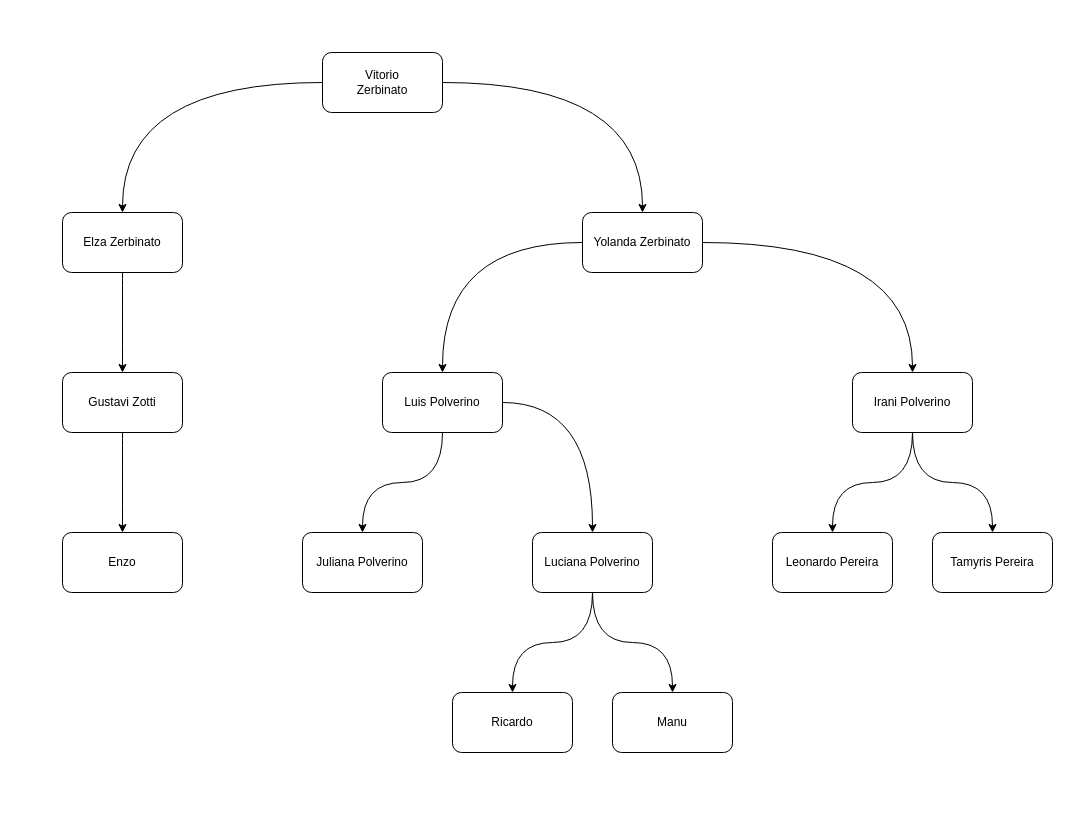
Above: familia.drawio in leo-odilon/draw.io (draw.io), before the change. Source tidied: cells renumbered, new cells numbered last; positions are measured from the earlier drawing's top-left corner, leaving out a move shared by most shapes. Both pictures are drawn from the tidied source at 100%, with x=0, y=0 at pixel (62, 52).
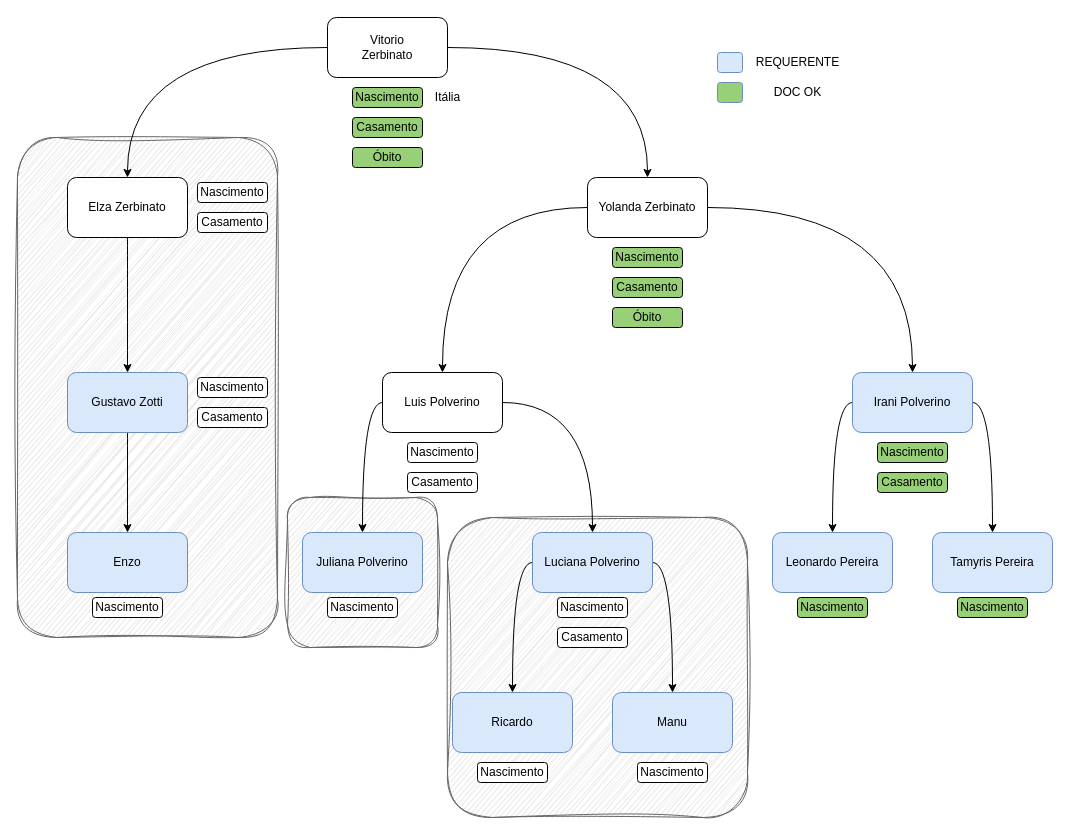
The same diagram, later.

The change refers to these unchanged cells:
```xml
<mxCell id="15" value="Luis Polverino" style="whiteSpace=wrap;html=1;rounded=1;strokeColor=default;align=center;verticalAlign=middle;fontFamily=Helvetica;fontSize=12;fontColor=default;fillColor=default;" parent="1" vertex="1">
  <mxGeometry x="320" y="320" width="120" height="60" as="geometry" />
</mxCell>
```

The edit, as a diff of the source:
```diff
@@
+    <mxCell id="27" style="rounded=1;whiteSpace=wrap;html=1;sketch=1;curveFitting=1;jiggle=2;fillColor=#DBDBDB;fontColor=#333333;strokeColor=#666666;" parent="1" vertex="1">
+      <mxGeometry x="385" y="465" width="300" height="300" as="geometry" />
+    </mxCell>
+    <mxCell id="28" style="rounded=1;whiteSpace=wrap;html=1;sketch=1;curveFitting=1;jiggle=2;fillColor=#DBDBDB;fontColor=#333333;strokeColor=#666666;" parent="1" vertex="1">
+      <mxGeometry x="225" y="445" width="150" height="150" as="geometry" />
+    </mxCell>
+    <mxCell id="29" style="rounded=1;whiteSpace=wrap;html=1;sketch=1;curveFitting=1;jiggle=2;fillColor=#DBDBDB;fontColor=#333333;strokeColor=#666666;" parent="1" vertex="1">
+      <mxGeometry x="-45" y="85" width="260" height="500" as="geometry" />
+    </mxCell>
@@
     <mxCell id="4" value="Vitorio&lt;br&gt;Zerbinato" style="rounded=1;whiteSpace=wrap;html=1;" parent="1" vertex="1">
-      <mxGeometry x="260" width="120" height="60" as="geometry" />
+      <mxGeometry x="265" y="-35" width="120" height="60" as="geometry" />
     </mxCell>
@@
     <mxCell id="7" value="Yolanda Zerbinato" style="whiteSpace=wrap;html=1;rounded=1;strokeColor=default;align=center;verticalAlign=middle;fontFamily=Helvetica;fontSize=12;fontColor=default;fillColor=default;" parent="1" vertex="1">
-      <mxGeometry x="520" y="160" width="120" height="60" as="geometry" />
+      <mxGeometry x="525" y="125" width="120" height="60" as="geometry" />
     </mxCell>
@@
     <mxCell id="9" value="Elza Zerbinato" style="whiteSpace=wrap;html=1;rounded=1;" parent="1" vertex="1">
-      <mxGeometry y="160" width="120" height="60" as="geometry" />
+      <mxGeometry x="5" y="125" width="120" height="60" as="geometry" />
     </mxCell>
-    <mxCell id="10" style="edgeStyle=orthogonalEdgeStyle;curved=1;rounded=0;jettySize=auto;html=1;entryX=0.5;entryY=0;entryDx=0;entryDy=0;" parent="1" edge="1" source="12" target="19">
+    <mxCell id="10" style="edgeStyle=orthogonalEdgeStyle;curved=1;rounded=0;jettySize=auto;html=1;entryX=0.5;entryY=0;entryDx=0;entryDy=0;exitX=0;exitY=0.5;exitDx=0;exitDy=0;" parent="1" edge="1" source="12" target="19">
       <mxGeometry relative="1" as="geometry" />
     </mxCell>
-    <mxCell id="11" style="edgeStyle=orthogonalEdgeStyle;curved=1;rounded=0;jettySize=auto;html=1;entryX=0.5;entryY=0;entryDx=0;entryDy=0;" parent="1" edge="1" source="12" target="18">
+    <mxCell id="11" style="edgeStyle=orthogonalEdgeStyle;curved=1;rounded=0;jettySize=auto;html=1;entryX=0.5;entryY=0;entryDx=0;entryDy=0;exitX=1;exitY=0.5;exitDx=0;exitDy=0;" parent="1" edge="1" source="12" target="18">
       <mxGeometry relative="1" as="geometry" />
     </mxCell>
-    <mxCell id="12" value="Irani Polverino" style="whiteSpace=wrap;html=1;rounded=1;strokeColor=default;align=center;verticalAlign=middle;fontFamily=Helvetica;fontSize=12;fontColor=default;fillColor=default;" parent="1" vertex="1">
+    <mxCell id="12" value="Irani Polverino" style="whiteSpace=wrap;html=1;rounded=1;strokeColor=#6c8ebf;align=center;verticalAlign=middle;fontFamily=Helvetica;fontSize=12;fillColor=#dae8fc;fontColor=default;" parent="1" vertex="1">
       <mxGeometry x="790" y="320" width="120" height="60" as="geometry" />
     </mxCell>
@@
-    <mxCell id="14" style="edgeStyle=orthogonalEdgeStyle;curved=1;rounded=0;jettySize=auto;html=1;entryX=0.5;entryY=0;entryDx=0;entryDy=0;" parent="1" edge="1" source="15" target="23">
+    <mxCell id="14" style="edgeStyle=orthogonalEdgeStyle;curved=1;rounded=0;jettySize=auto;html=1;entryX=0.5;entryY=0;entryDx=0;entryDy=0;exitX=0;exitY=0.5;exitDx=0;exitDy=0;" parent="1" edge="1" source="15" target="23">
       <mxGeometry relative="1" as="geometry" />
     </mxCell>
@@
-    <mxCell id="17" value="Gustavi Zotti" style="whiteSpace=wrap;html=1;rounded=1;" parent="1" vertex="1">
-      <mxGeometry y="320" width="120" height="60" as="geometry" />
+    <mxCell id="17" value="Gustavo Zotti" style="whiteSpace=wrap;html=1;rounded=1;fillColor=#dae8fc;strokeColor=#6c8ebf;" parent="1" vertex="1">
+      <mxGeometry x="5" y="320" width="120" height="60" as="geometry" />
     </mxCell>
-    <mxCell id="18" value="Tamyris Pereira" style="whiteSpace=wrap;html=1;rounded=1;strokeColor=default;align=center;verticalAlign=middle;fontFamily=Helvetica;fontSize=12;fontColor=default;fillColor=default;" parent="1" vertex="1">
+    <mxCell id="18" value="Tamyris Pereira" style="whiteSpace=wrap;html=1;rounded=1;strokeColor=#6c8ebf;align=center;verticalAlign=middle;fontFamily=Helvetica;fontSize=12;fillColor=#dae8fc;" parent="1" vertex="1">
       <mxGeometry x="870" y="480" width="120" height="60" as="geometry" />
     </mxCell>
-    <mxCell id="19" value="Leonardo Pereira" style="whiteSpace=wrap;html=1;rounded=1;strokeColor=default;align=center;verticalAlign=middle;fontFamily=Helvetica;fontSize=12;fontColor=default;fillColor=default;" parent="1" vertex="1">
+    <mxCell id="19" value="Leonardo Pereira" style="whiteSpace=wrap;html=1;rounded=1;strokeColor=#6c8ebf;align=center;verticalAlign=middle;fontFamily=Helvetica;fontSize=12;fillColor=#dae8fc;" parent="1" vertex="1">
       <mxGeometry x="710" y="480" width="120" height="60" as="geometry" />
     </mxCell>
-    <mxCell id="20" style="edgeStyle=orthogonalEdgeStyle;curved=1;rounded=0;jettySize=auto;html=1;entryX=0.5;entryY=0;entryDx=0;entryDy=0;" parent="1" edge="1" source="22" target="25">
+    <mxCell id="20" style="edgeStyle=orthogonalEdgeStyle;curved=1;rounded=0;jettySize=auto;html=1;entryX=0.5;entryY=0;entryDx=0;entryDy=0;exitX=1;exitY=0.5;exitDx=0;exitDy=0;" parent="1" edge="1" source="22" target="25">
       <mxGeometry relative="1" as="geometry" />
     </mxCell>
-    <mxCell id="21" style="edgeStyle=orthogonalEdgeStyle;curved=1;rounded=0;jettySize=auto;html=1;entryX=0.5;entryY=0;entryDx=0;entryDy=0;" parent="1" edge="1" source="22" target="26">
+    <mxCell id="21" style="edgeStyle=orthogonalEdgeStyle;curved=1;rounded=0;jettySize=auto;html=1;entryX=0.5;entryY=0;entryDx=0;entryDy=0;exitX=0;exitY=0.5;exitDx=0;exitDy=0;" parent="1" edge="1" source="22" target="26">
       <mxGeometry relative="1" as="geometry" />
     </mxCell>
-    <mxCell id="22" value="Luciana Polverino" style="whiteSpace=wrap;html=1;rounded=1;strokeColor=default;align=center;verticalAlign=middle;fontFamily=Helvetica;fontSize=12;fontColor=default;fillColor=default;" parent="1" vertex="1">
+    <mxCell id="22" value="Luciana Polverino" style="whiteSpace=wrap;html=1;rounded=1;strokeColor=#6c8ebf;align=center;verticalAlign=middle;fontFamily=Helvetica;fontSize=12;fillColor=#dae8fc;" parent="1" vertex="1">
       <mxGeometry x="470" y="480" width="120" height="60" as="geometry" />
     </mxCell>
-    <mxCell id="23" value="Juliana Polverino" style="whiteSpace=wrap;html=1;rounded=1;strokeColor=default;align=center;verticalAlign=middle;fontFamily=Helvetica;fontSize=12;fontColor=default;fillColor=default;" parent="1" vertex="1">
+    <mxCell id="23" value="Juliana Polverino" style="whiteSpace=wrap;html=1;rounded=1;strokeColor=#6c8ebf;align=center;verticalAlign=middle;fontFamily=Helvetica;fontSize=12;fillColor=#dae8fc;" parent="1" vertex="1">
       <mxGeometry x="240" y="480" width="120" height="60" as="geometry" />
     </mxCell>
-    <mxCell id="24" value="Enzo" style="whiteSpace=wrap;html=1;rounded=1;" parent="1" vertex="1">
-      <mxGeometry y="480" width="120" height="60" as="geometry" />
+    <mxCell id="24" value="Enzo" style="whiteSpace=wrap;html=1;rounded=1;fillColor=#dae8fc;strokeColor=#6c8ebf;" parent="1" vertex="1">
+      <mxGeometry x="5" y="480" width="120" height="60" as="geometry" />
     </mxCell>
-    <mxCell id="25" value="Manu" style="whiteSpace=wrap;html=1;rounded=1;strokeColor=default;align=center;verticalAlign=middle;fontFamily=Helvetica;fontSize=12;fontColor=default;fillColor=default;" parent="1" vertex="1">
+    <mxCell id="25" value="Manu" style="whiteSpace=wrap;html=1;rounded=1;strokeColor=#6c8ebf;align=center;verticalAlign=middle;fontFamily=Helvetica;fontSize=12;fillColor=#dae8fc;" parent="1" vertex="1">
       <mxGeometry x="550" y="640" width="120" height="60" as="geometry" />
     </mxCell>
-    <mxCell id="26" value="Ricardo" style="whiteSpace=wrap;html=1;rounded=1;strokeColor=default;align=center;verticalAlign=middle;fontFamily=Helvetica;fontSize=12;fontColor=default;fillColor=default;" parent="1" vertex="1">
+    <mxCell id="26" value="Ricardo" style="whiteSpace=wrap;html=1;rounded=1;strokeColor=#6c8ebf;align=center;verticalAlign=middle;fontFamily=Helvetica;fontSize=12;fillColor=#dae8fc;" parent="1" vertex="1">
       <mxGeometry x="390" y="640" width="120" height="60" as="geometry" />
     </mxCell>
+    <mxCell id="30" value="Nascimento" style="rounded=1;whiteSpace=wrap;html=1;fillColor=#97D077;" parent="1" vertex="1">
+      <mxGeometry x="290" y="35" width="70" height="20" as="geometry" />
+    </mxCell>
+    <mxCell id="31" value="Casamento" style="rounded=1;whiteSpace=wrap;html=1;fillColor=#97D077;" parent="1" vertex="1">
+      <mxGeometry x="290" y="65" width="70" height="20" as="geometry" />
+    </mxCell>
+    <mxCell id="32" value="Óbito" style="rounded=1;whiteSpace=wrap;html=1;fillColor=#97D077;" parent="1" vertex="1">
+      <mxGeometry x="290" y="95" width="70" height="20" as="geometry" />
+    </mxCell>
+    <mxCell id="33" value="Nascimento" style="rounded=1;whiteSpace=wrap;html=1;fillColor=#97D077;" parent="1" vertex="1">
+      <mxGeometry x="550" y="195" width="70" height="20" as="geometry" />
+    </mxCell>
+    <mxCell id="34" value="Casamento" style="rounded=1;whiteSpace=wrap;html=1;fillColor=#97D077;" parent="1" vertex="1">
+      <mxGeometry x="550" y="225" width="70" height="20" as="geometry" />
+    </mxCell>
+    <mxCell id="35" value="Óbito" style="rounded=1;whiteSpace=wrap;html=1;fillColor=#97D077;" parent="1" vertex="1">
+      <mxGeometry x="550" y="255" width="70" height="20" as="geometry" />
+    </mxCell>
+    <mxCell id="36" value="Nascimento" style="rounded=1;whiteSpace=wrap;html=1;fillColor=#97D077;" parent="1" vertex="1">
+      <mxGeometry x="735" y="545" width="70" height="20" as="geometry" />
+    </mxCell>
+    <mxCell id="37" value="Nascimento" style="rounded=1;whiteSpace=wrap;html=1;fillColor=#97D077;" parent="1" vertex="1">
+      <mxGeometry x="895" y="545" width="70" height="20" as="geometry" />
+    </mxCell>
+    <mxCell id="38" value="Nascimento" style="rounded=1;whiteSpace=wrap;html=1;" parent="1" vertex="1">
+      <mxGeometry x="575" y="710" width="70" height="20" as="geometry" />
+    </mxCell>
+    <mxCell id="39" value="Nascimento" style="rounded=1;whiteSpace=wrap;html=1;" parent="1" vertex="1">
+      <mxGeometry x="415" y="710" width="70" height="20" as="geometry" />
+    </mxCell>
+    <mxCell id="40" value="Nascimento" style="rounded=1;whiteSpace=wrap;html=1;" parent="1" vertex="1">
+      <mxGeometry x="265" y="545" width="70" height="20" as="geometry" />
+    </mxCell>
+    <mxCell id="41" value="Nascimento" style="rounded=1;whiteSpace=wrap;html=1;" parent="1" vertex="1">
+      <mxGeometry x="30" y="545" width="70" height="20" as="geometry" />
+    </mxCell>
+    <mxCell id="42" value="Nascimento" style="rounded=1;whiteSpace=wrap;html=1;fillColor=#97D077;" parent="1" vertex="1">
+      <mxGeometry x="815" y="390" width="70" height="20" as="geometry" />
+    </mxCell>
+    <mxCell id="43" value="Casamento" style="rounded=1;whiteSpace=wrap;html=1;fillColor=#97D077;" parent="1" vertex="1">
+      <mxGeometry x="815" y="420" width="70" height="20" as="geometry" />
+    </mxCell>
+    <mxCell id="44" value="Nascimento" style="rounded=1;whiteSpace=wrap;html=1;" parent="1" vertex="1">
+      <mxGeometry x="345" y="390" width="70" height="20" as="geometry" />
+    </mxCell>
+    <mxCell id="45" value="Casamento" style="rounded=1;whiteSpace=wrap;html=1;" parent="1" vertex="1">
+      <mxGeometry x="345" y="420" width="70" height="20" as="geometry" />
+    </mxCell>
+    <mxCell id="46" value="Nascimento" style="rounded=1;whiteSpace=wrap;html=1;" parent="1" vertex="1">
+      <mxGeometry x="495" y="545" width="70" height="20" as="geometry" />
+    </mxCell>
+    <mxCell id="47" value="Casamento" style="rounded=1;whiteSpace=wrap;html=1;" parent="1" vertex="1">
+      <mxGeometry x="495" y="575" width="70" height="20" as="geometry" />
+    </mxCell>
+    <mxCell id="48" value="Nascimento" style="rounded=1;whiteSpace=wrap;html=1;" parent="1" vertex="1">
+      <mxGeometry x="135" y="130" width="70" height="20" as="geometry" />
+    </mxCell>
+    <mxCell id="49" value="Casamento" style="rounded=1;whiteSpace=wrap;html=1;" parent="1" vertex="1">
+      <mxGeometry x="135" y="160" width="70" height="20" as="geometry" />
+    </mxCell>
+    <mxCell id="50" value="Nascimento" style="rounded=1;whiteSpace=wrap;html=1;" parent="1" vertex="1">
+      <mxGeometry x="135" y="325" width="70" height="20" as="geometry" />
+    </mxCell>
+    <mxCell id="51" value="Casamento" style="rounded=1;whiteSpace=wrap;html=1;" parent="1" vertex="1">
+      <mxGeometry x="135" y="355" width="70" height="20" as="geometry" />
+    </mxCell>
+    <mxCell id="52" value="Itália" style="text;html=1;align=center;verticalAlign=middle;strokeColor=none;fillColor=none;" parent="1" vertex="1">
+      <mxGeometry x="360" y="30" width="50" height="30" as="geometry" />
+    </mxCell>
+    <mxCell id="53" style="whiteSpace=wrap;html=1;rounded=1;strokeColor=#6c8ebf;align=center;verticalAlign=middle;fontFamily=Helvetica;fontSize=12;fillColor=#dae8fc;fontColor=default;" parent="1" vertex="1">
+      <mxGeometry x="655" width="25" height="20" as="geometry" />
+    </mxCell>
+    <mxCell id="54" value="REQUERENTE" style="text;html=1;align=center;verticalAlign=middle;strokeColor=none;fillColor=none;" parent="1" vertex="1">
+      <mxGeometry x="680" y="-5" width="110" height="30" as="geometry" />
+    </mxCell>
+    <mxCell id="55" style="whiteSpace=wrap;html=1;rounded=1;strokeColor=#6c8ebf;align=center;verticalAlign=middle;fontFamily=Helvetica;fontSize=12;fillColor=#97D077;fontColor=default;" parent="1" vertex="1">
+      <mxGeometry x="655" y="30" width="25" height="20" as="geometry" />
+    </mxCell>
+    <mxCell id="56" value="DOC OK" style="text;html=1;align=center;verticalAlign=middle;strokeColor=none;fillColor=none;" parent="1" vertex="1">
+      <mxGeometry x="700" y="25" width="70" height="30" as="geometry" />
+    </mxCell>
```
